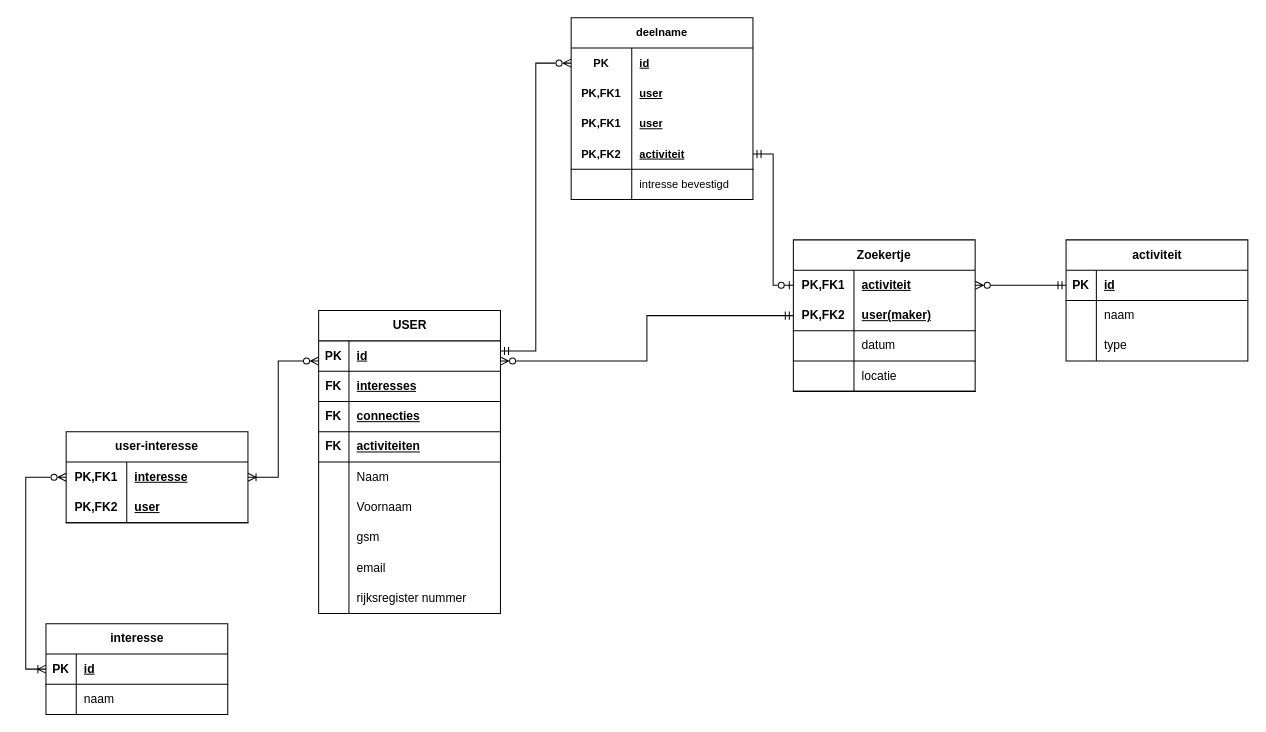
The draw.io diagram analysis/modelLogisch.drawio in UCLL-Full-stack/project2425-group6-15, before the edit. Source tidied: cells renumbered, new cells numbered last; positions are measured from the earlier drawing's top-left corner, leaving out a move shared by most shapes. Both pictures are drawn from the tidied source at 101%, with x=0, y=0 at pixel (25, 17).
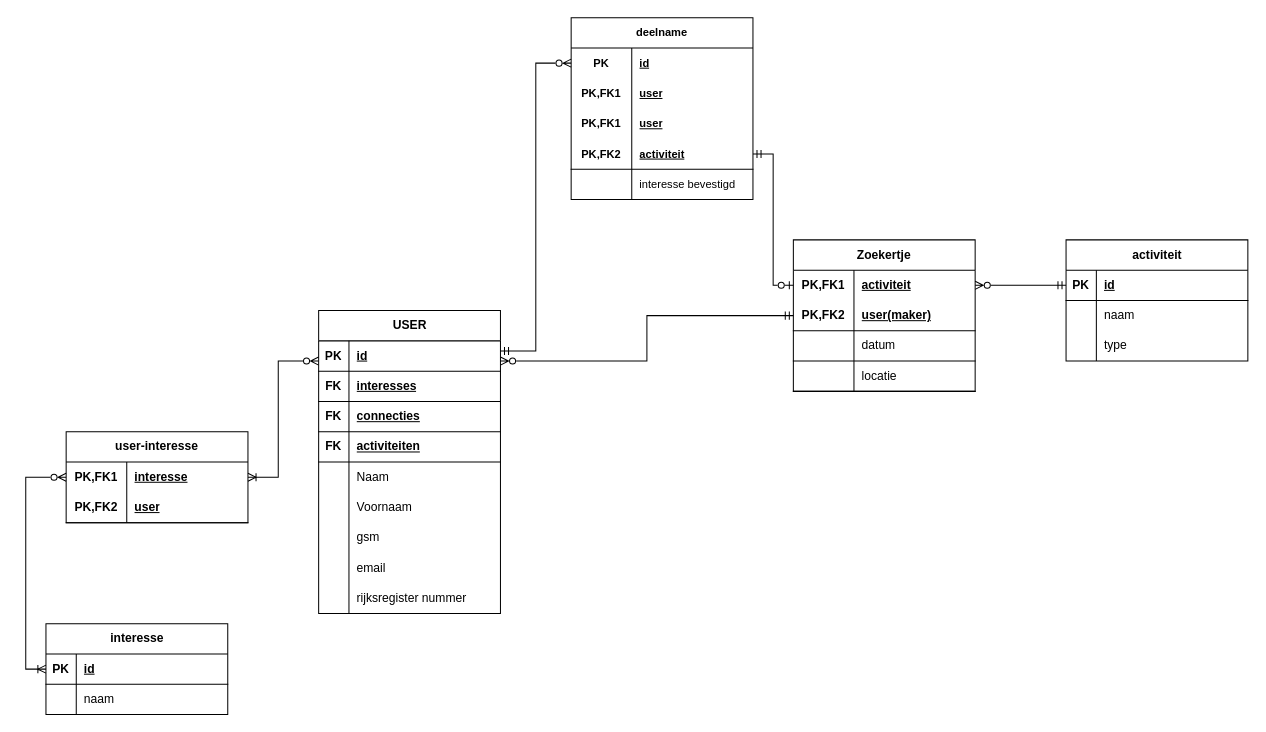
The same page after the edit.

Unchanged cells that the change refers to:
```xml
<mxCell id="84" style="shape=tableRow;horizontal=0;startSize=0;swimlaneHead=0;swimlaneBody=0;fillColor=none;top=0;left=0;right=0;bottom=0;html=1;fontFamily=Helvetica;fontSize=11;fontColor=default;labelBackgroundColor=default;" parent="71" vertex="1">
  <mxGeometry y="150" width="180" height="30" as="geometry" />
</mxCell>
```

Diff of the diagram source:
```diff
@@
-    <mxCell id="86" value="intresse bevestigd" style="shape=partialRectangle;fillColor=none;top=0;left=0;bottom=0;right=0;align=left;spacingLeft=6;overflow=hidden;html=1;whiteSpace=wrap;fontFamily=Helvetica;fontSize=11;fontColor=default;labelBackgroundColor=default;" parent="84" vertex="1">
+    <mxCell id="86" value="interesse bevestigd" style="shape=partialRectangle;fillColor=none;top=0;left=0;bottom=0;right=0;align=left;spacingLeft=6;overflow=hidden;html=1;whiteSpace=wrap;fontFamily=Helvetica;fontSize=11;fontColor=default;labelBackgroundColor=default;" parent="84" vertex="1">
       <mxGeometry x="60" width="120" height="30" as="geometry" />
     </mxCell>
```
